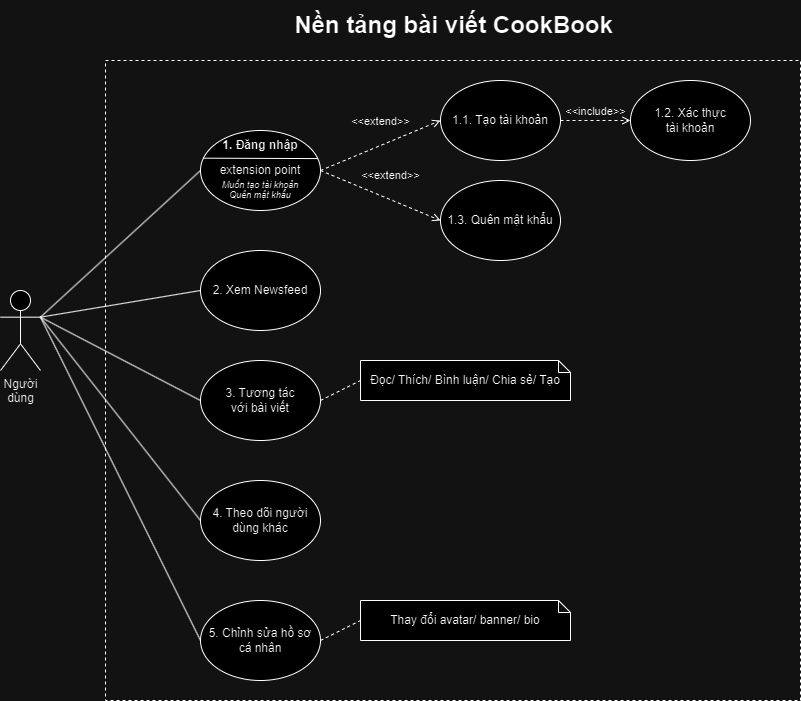
This is Cookbook_social.drawio.png from hotcat190/cookbook-sequence-diagrams, a draw.io export, as it was before one commit. Source tidied: cells renumbered, new cells last; positions are measured from the earlier drawing's top-left corner, leaving out a move shared by most shapes.
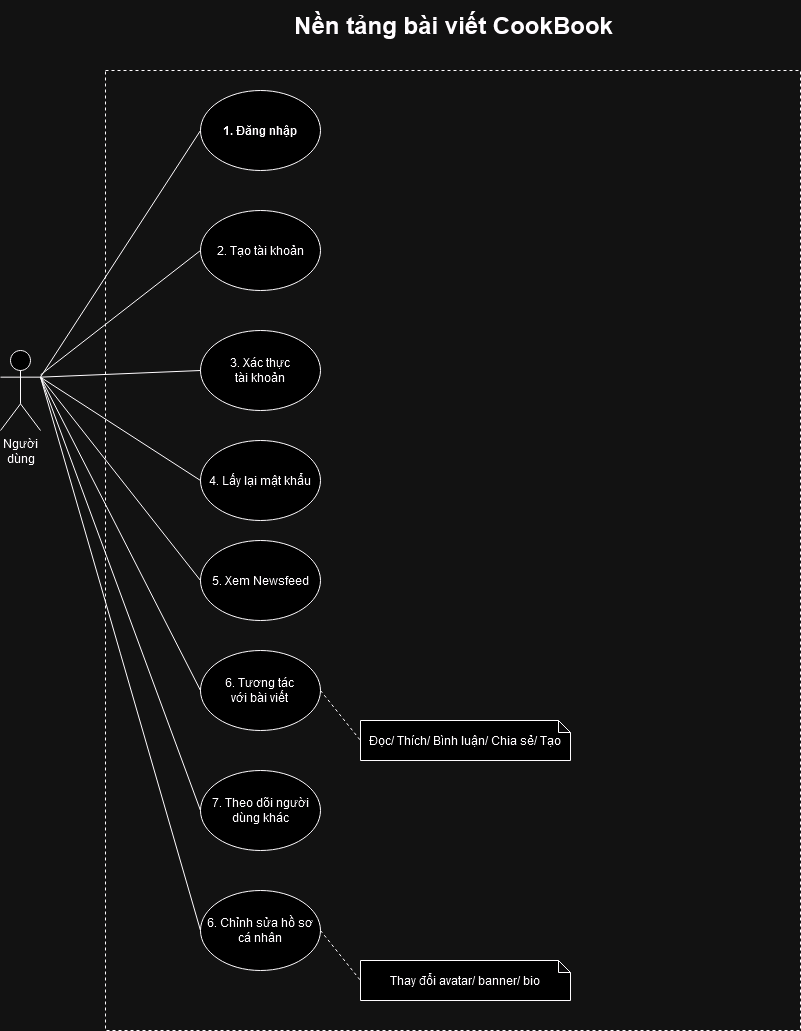
Later version of the same file.

Change to the diagram source:
```diff
@@ -3,7 +3,7 @@
     <mxCell id="0" />
     <mxCell id="1" parent="0" />
     <mxCell id="2" style="rounded=0;whiteSpace=wrap;html=1;fillColor=none;strokeColor=default;dashed=1;fontSize=12;" parent="1" vertex="1">
-      <mxGeometry x="105" y="60" width="695" height="640" as="geometry" />
+      <mxGeometry x="105" y="10" width="695" height="960" as="geometry" />
     </mxCell>
     <mxCell id="3" value="&lt;font&gt;Người&lt;br&gt;dùng&lt;/font&gt;" style="shape=umlActor;verticalLabelPosition=bottom;verticalAlign=top;html=1;outlineConnect=0;fontSize=12;" parent="1" vertex="1">
       <mxGeometry y="290" width="40" height="80" as="geometry" />
@@ -12,58 +12,40 @@
       <mxGeometry relative="1" as="geometry" />
     </mxCell>
     <mxCell id="5" value="Nền tảng bài viết CookBook" style="text;strokeColor=none;fillColor=none;html=1;fontSize=24;fontStyle=1;verticalAlign=middle;align=center;" parent="1" vertex="1">
-      <mxGeometry x="252.5" width="400" height="50" as="geometry" />
+      <mxGeometry x="252.5" y="-60" width="400" height="50" as="geometry" />
     </mxCell>
     <mxCell id="6" style="endArrow=none;html=1;rounded=0;exitX=1;exitY=0.3333333333333333;exitDx=0;exitDy=0;exitPerimeter=0;entryX=0;entryY=0.5;entryDx=0;entryDy=0;fontSize=12;" parent="1" edge="1" source="3" target="8">
       <mxGeometry relative="1" as="geometry" />
     </mxCell>
     <mxCell id="7" style="ellipse;whiteSpace=wrap;html=1;" parent="1" vertex="1">
-      <mxGeometry x="200" y="130" width="120" height="80" as="geometry" />
+      <mxGeometry x="200" y="30" width="120" height="80" as="geometry" />
     </mxCell>
-    <mxCell id="8" value="4. Theo dõi người dùng khác" style="ellipse;whiteSpace=wrap;html=1;" parent="1" vertex="1">
-      <mxGeometry x="200" y="480" width="120" height="80" as="geometry" />
+    <mxCell id="8" value="7. Theo dõi người dùng khác" style="ellipse;whiteSpace=wrap;html=1;" parent="1" vertex="1">
+      <mxGeometry x="200" y="710" width="120" height="80" as="geometry" />
     </mxCell>
-    <mxCell id="9" value="2. Xem Newsfeed" style="ellipse;whiteSpace=wrap;html=1;" parent="1" vertex="1">
-      <mxGeometry x="200" y="250" width="120" height="80" as="geometry" />
+    <mxCell id="9" value="5. Xem Newsfeed" style="ellipse;whiteSpace=wrap;html=1;" parent="1" vertex="1">
+      <mxGeometry x="200" y="480" width="120" height="80" as="geometry" />
     </mxCell>
     <mxCell id="10" style="endArrow=none;html=1;rounded=0;fontSize=12;exitX=1;exitY=0.3333333333333333;exitDx=0;exitDy=0;exitPerimeter=0;entryX=0;entryY=0.5;entryDx=0;entryDy=0;" parent="1" edge="1" source="3" target="9">
       <mxGeometry relative="1" as="geometry" />
     </mxCell>
     <mxCell id="11" value="1. Đăng nhập" style="text;html=1;align=center;verticalAlign=middle;whiteSpace=wrap;rounded=0;fontStyle=1;fontSize=12;" parent="1" vertex="1">
-      <mxGeometry x="200" y="130" width="120" height="30" as="geometry" />
+      <mxGeometry x="200" y="55" width="120" height="30" as="geometry" />
     </mxCell>
-    <mxCell id="12" style="endArrow=none;html=1;rounded=0;exitX=0.024;exitY=0.346;exitDx=0;exitDy=0;exitPerimeter=0;entryX=0.979;entryY=0.351;entryDx=0;entryDy=0;entryPerimeter=0;" parent="1" edge="1" source="7" target="7">
-      <mxGeometry relative="1" as="geometry" />
-    </mxCell>
-    <mxCell id="13" value="extension point" style="text;html=1;align=center;verticalAlign=middle;whiteSpace=wrap;rounded=0;" parent="1" vertex="1">
-      <mxGeometry x="205" y="160" width="110" height="20" as="geometry" />
-    </mxCell>
-    <mxCell id="14" value="Muốn tạo tài khoản" style="text;html=1;align=center;verticalAlign=middle;whiteSpace=wrap;rounded=0;fontSize=9;fontStyle=2;" parent="1" vertex="1">
-      <mxGeometry x="200" y="180" width="120" height="10" as="geometry" />
-    </mxCell>
-    <mxCell id="15" value="Quên mật khẩu" style="text;html=1;align=center;verticalAlign=middle;whiteSpace=wrap;rounded=0;fontStyle=2;fontSize=9;" parent="1" vertex="1">
-      <mxGeometry x="220" y="190" width="80" height="10" as="geometry" />
-    </mxCell>
-    <mxCell id="16" value="1.1. Tạo tài khoản" style="ellipse;whiteSpace=wrap;html=1;" parent="1" vertex="1">
-      <mxGeometry x="440" y="80" width="120" height="80" as="geometry" />
+    <mxCell id="16" value="2. Tạo tài khoản" style="ellipse;whiteSpace=wrap;html=1;" parent="1" vertex="1">
+      <mxGeometry x="200" y="150" width="120" height="80" as="geometry" />
     </mxCell>
-    <mxCell id="17" value="&amp;lt;&amp;lt;extend&amp;gt;&amp;gt;" style="html=1;verticalAlign=bottom;labelBackgroundColor=none;endArrow=open;endFill=0;dashed=1;rounded=0;exitX=1;exitY=0.5;exitDx=0;exitDy=0;entryX=0;entryY=0.5;entryDx=0;entryDy=0;" parent="1" edge="1" source="7" target="16">
-      <mxGeometry x="0.09" y="14" relative="1" as="geometry" />
-    </mxCell>
-    <mxCell id="18" value="1.3. Quên mật khẩu" style="ellipse;whiteSpace=wrap;html=1;" parent="1" vertex="1">
-      <mxGeometry x="440" y="180" width="120" height="80" as="geometry" />
+    <mxCell id="18" value="4. Lấy lại mật khẩu" style="ellipse;whiteSpace=wrap;html=1;" parent="1" vertex="1">
+      <mxGeometry x="200" y="380" width="120" height="80" as="geometry" />
     </mxCell>
-    <mxCell id="19" value="&amp;lt;&amp;lt;extend&amp;gt;&amp;gt;" style="html=1;verticalAlign=bottom;labelBackgroundColor=none;endArrow=open;endFill=0;dashed=1;rounded=0;exitX=1;exitY=0.5;exitDx=0;exitDy=0;entryX=0;entryY=0.5;entryDx=0;entryDy=0;" parent="1" edge="1" source="7" target="18">
-      <mxGeometry x="0.09" y="14" relative="1" as="geometry" />
-    </mxCell>
-    <mxCell id="20" value="3. Tương tác &lt;br&gt;với bài viết" style="ellipse;whiteSpace=wrap;html=1;" parent="1" vertex="1">
-      <mxGeometry x="200" y="360" width="120" height="80" as="geometry" />
+    <mxCell id="20" value="6. Tương tác &lt;br&gt;với bài viết" style="ellipse;whiteSpace=wrap;html=1;" parent="1" vertex="1">
+      <mxGeometry x="200" y="590" width="120" height="80" as="geometry" />
     </mxCell>
     <mxCell id="21" style="endArrow=none;html=1;rounded=0;fontSize=12;exitX=1;exitY=0.3333333333333333;exitDx=0;exitDy=0;exitPerimeter=0;entryX=0;entryY=0.5;entryDx=0;entryDy=0;" parent="1" edge="1" source="3" target="20">
       <mxGeometry relative="1" as="geometry" />
     </mxCell>
     <mxCell id="22" value="Đọc/ Thích/ Bình luận/ Chia sẻ/ Tạo" style="shape=note;whiteSpace=wrap;html=1;backgroundOutline=1;darkOpacity=0.05;size=12;" parent="1" vertex="1">
-      <mxGeometry x="360" y="360" width="210" height="40" as="geometry" />
+      <mxGeometry x="360" y="660" width="210" height="40" as="geometry" />
     </mxCell>
     <mxCell id="23" style="endArrow=none;dashed=1;html=1;rounded=0;exitX=1;exitY=0.5;exitDx=0;exitDy=0;entryX=0;entryY=0.5;entryDx=0;entryDy=0;entryPerimeter=0;" parent="1" edge="1" source="20" target="22">
       <mxGeometry relative="1" as="geometry" />
@@ -71,22 +53,26 @@
     <mxCell id="24" style="endArrow=none;html=1;rounded=0;exitX=1;exitY=0.3333333333333333;exitDx=0;exitDy=0;exitPerimeter=0;fontSize=12;entryX=0;entryY=0.5;entryDx=0;entryDy=0;" parent="1" edge="1" source="3" target="25">
       <mxGeometry relative="1" as="geometry" />
     </mxCell>
-    <mxCell id="25" value="5. Chỉnh sửa hồ sơ cá nhân" style="ellipse;whiteSpace=wrap;html=1;" parent="1" vertex="1">
-      <mxGeometry x="200" y="600" width="120" height="80" as="geometry" />
+    <mxCell id="25" value="6. Chỉnh sửa hồ sơ cá nhân" style="ellipse;whiteSpace=wrap;html=1;" parent="1" vertex="1">
+      <mxGeometry x="200" y="830" width="120" height="80" as="geometry" />
     </mxCell>
     <mxCell id="26" value="Thay đổi avatar/ banner/ bio" style="shape=note;whiteSpace=wrap;html=1;backgroundOutline=1;darkOpacity=0.05;size=12;" parent="1" vertex="1">
-      <mxGeometry x="360" y="600" width="210" height="40" as="geometry" />
+      <mxGeometry x="360" y="900" width="210" height="40" as="geometry" />
     </mxCell>
     <mxCell id="27" style="endArrow=none;dashed=1;html=1;rounded=0;exitX=1;exitY=0.5;exitDx=0;exitDy=0;entryX=0;entryY=0.5;entryDx=0;entryDy=0;entryPerimeter=0;" parent="1" edge="1" source="25" target="26">
       <mxGeometry relative="1" as="geometry" />
     </mxCell>
-    <mxCell id="28" value="&amp;lt;&amp;lt;include&amp;gt;&amp;gt;" style="html=1;verticalAlign=bottom;labelBackgroundColor=none;endArrow=open;endFill=0;dashed=1;rounded=0;exitX=1;exitY=0.5;exitDx=0;exitDy=0;" parent="1" edge="1" source="16">
-      <mxGeometry relative="1" as="geometry">
-        <mxPoint x="630" y="120" as="targetPoint" />
-      </mxGeometry>
-    </mxCell>
-    <mxCell id="29" value="1.2. Xác thực &lt;br&gt;tài khoản" style="ellipse;whiteSpace=wrap;html=1;" parent="1" vertex="1">
-      <mxGeometry x="630" y="80" width="120" height="80" as="geometry" />
+    <mxCell id="29" value="3. Xác thực &lt;br&gt;tài khoản" style="ellipse;whiteSpace=wrap;html=1;" parent="1" vertex="1">
+      <mxGeometry x="200" y="270" width="120" height="80" as="geometry" />
     </mxCell>
+    <mxCell id="30" style="endArrow=none;html=1;rounded=0;fontSize=12;entryX=0;entryY=0.5;entryDx=0;entryDy=0;" parent="1" edge="1" source="3" target="16">
+      <mxGeometry relative="1" as="geometry" />
+    </mxCell>
+    <mxCell id="31" style="endArrow=none;html=1;rounded=0;fontSize=12;entryX=0;entryY=0.5;entryDx=0;entryDy=0;exitX=1;exitY=0.3333333333333333;exitDx=0;exitDy=0;exitPerimeter=0;" parent="1" edge="1" source="3" target="29">
+      <mxGeometry relative="1" as="geometry" />
+    </mxCell>
+    <mxCell id="32" style="endArrow=none;html=1;rounded=0;fontSize=12;entryX=0;entryY=0.5;entryDx=0;entryDy=0;exitX=1;exitY=0.3333333333333333;exitDx=0;exitDy=0;exitPerimeter=0;" parent="1" edge="1" source="3" target="18">
+      <mxGeometry relative="1" as="geometry" />
+    </mxCell>
   </root>
 </mxGraphModel>
```
